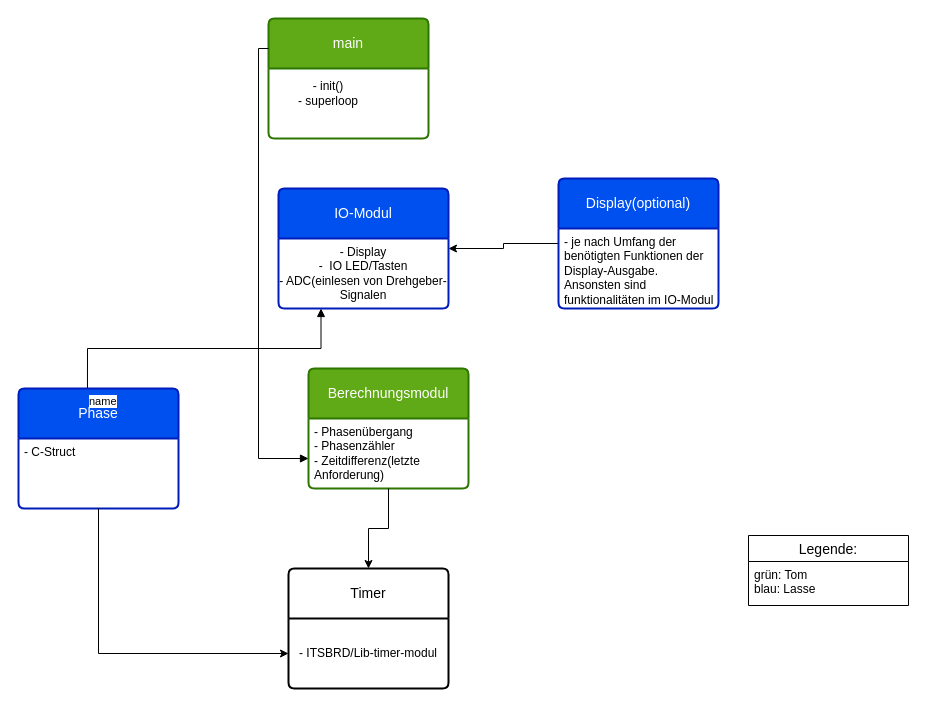
Above: Programs/Drehgeber/Modulkonzept.drawio in eljollo/ITS-BRD-VSC (draw.io), before the change. Source tidied: cells renumbered, new cells numbered last; positions are measured from the earlier drawing's top-left corner, leaving out a move shared by most shapes. Both pictures are drawn from the tidied source at 100%, with x=0, y=0 at pixel (18, 18).
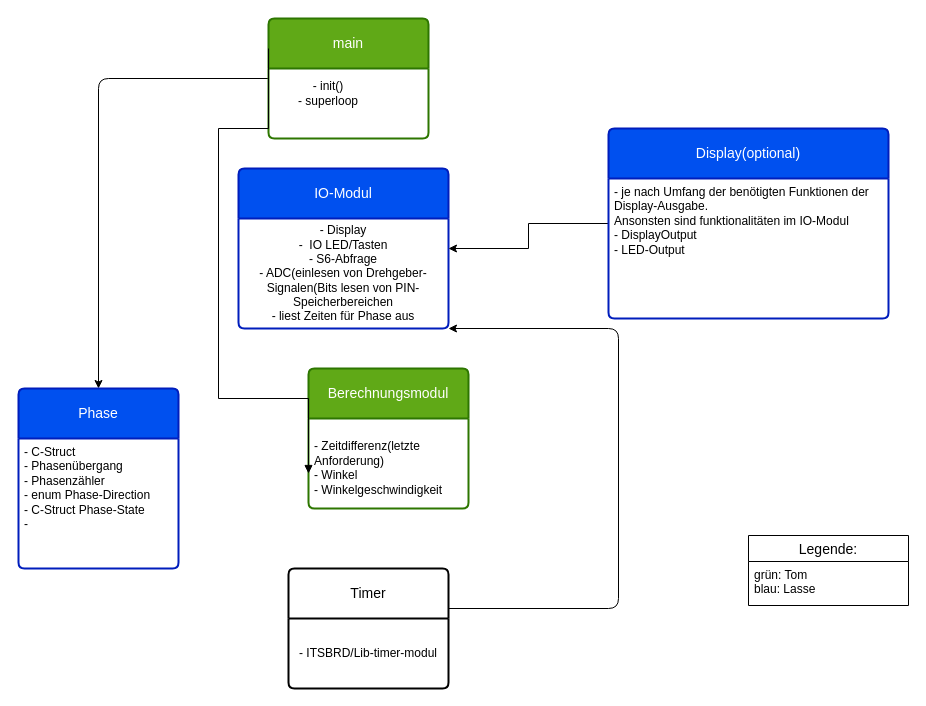
The same page after the edit.

Commit message (it also covers changes not shown here):
searching for error lcd_general.h

Unchanged cells that the change refers to:
```xml
<mxCell id="2" value="main" style="swimlane;horizontal=1;startSize=50;rounded=1;fontSize=14;fontStyle=0;strokeWidth=2;shadow=0;dashed=0;align=center;arcSize=4;whiteSpace=wrap;html=1;fillColor=#60a917;fontColor=#ffffff;strokeColor=#2D7600;" parent="1" vertex="1">
  <mxGeometry x="250" width="160" height="120" as="geometry" />
</mxCell>
<mxCell id="5" value="Timer" style="swimlane;horizontal=1;startSize=50;rounded=1;fontSize=14;fontStyle=0;strokeWidth=2;shadow=0;dashed=0;align=center;arcSize=4;whiteSpace=wrap;html=1;" parent="1" vertex="1">
  <mxGeometry x="270" y="550" width="160" height="120" as="geometry" />
</mxCell>
<mxCell id="6" value="- ITSBRD/Lib-timer-modul" style="text;html=1;whiteSpace=wrap;strokeColor=none;fillColor=none;align=center;verticalAlign=middle;rounded=0;" parent="5" vertex="1">
  <mxGeometry y="50" width="160" height="70" as="geometry" />
</mxCell>
```

Diff of the diagram source:
```diff
@@
+    <mxCell id="21" style="edgeStyle=orthogonalEdgeStyle;html=1;" parent="1" edge="1" source="2" target="3">
+      <mxGeometry relative="1" as="geometry" />
+    </mxCell>
@@
     <mxCell id="3" value="Phase" style="swimlane;horizontal=1;startSize=50;rounded=1;fontSize=14;fontStyle=0;strokeWidth=2;shadow=0;dashed=0;align=center;arcSize=4;whiteSpace=wrap;html=1;fillColor=#0050ef;fontColor=#ffffff;strokeColor=#001DBC;" parent="1" vertex="1">
-      <mxGeometry y="370" width="160" height="120" as="geometry" />
+      <mxGeometry y="370" width="160" height="180" as="geometry" />
     </mxCell>
-    <mxCell id="4" value="- C-Struct" style="align=left;strokeColor=none;fillColor=none;spacingLeft=4;spacingRight=4;fontSize=12;verticalAlign=top;html=1;whiteSpace=wrap;" parent="3" vertex="1">
-      <mxGeometry y="50" width="160" height="70" as="geometry" />
+    <mxCell id="4" value="- C-Struct&lt;div&gt;- Phasenübergang&lt;br&gt;- Phasenzähler&lt;/div&gt;&lt;div&gt;- enum Phase-Direction&lt;br&gt;- C-Struct Phase-State&lt;br&gt;-&amp;nbsp;&lt;/div&gt;" style="align=left;strokeColor=none;fillColor=none;spacingLeft=4;spacingRight=4;fontSize=12;verticalAlign=top;html=1;whiteSpace=wrap;" parent="3" vertex="1">
+      <mxGeometry y="50" width="160" height="130" as="geometry" />
     </mxCell>
+    <mxCell id="22" style="edgeStyle=orthogonalEdgeStyle;html=1;exitX=0.75;exitY=0;exitDx=0;exitDy=0;entryX=1;entryY=1;entryDx=0;entryDy=0;" parent="1" edge="1" source="5" target="9">
+      <mxGeometry x="-0.4" relative="1" as="geometry">
+        <Array as="points">
+          <mxPoint x="390" y="590" />
+          <mxPoint x="600" y="590" />
+          <mxPoint x="600" y="310" />
+        </Array>
+      </mxGeometry>
+    </mxCell>
@@
     <mxCell id="7" value="Berechnungsmodul" style="swimlane;horizontal=1;startSize=50;rounded=1;fontSize=14;fontStyle=0;strokeWidth=2;shadow=0;dashed=0;align=center;arcSize=4;whiteSpace=wrap;html=1;fillColor=#60a917;fontColor=#ffffff;strokeColor=#2D7600;" parent="1" vertex="1">
-      <mxGeometry x="290" y="350" width="160" height="120" as="geometry" />
+      <mxGeometry x="290" y="350" width="160" height="140" as="geometry" />
     </mxCell>
-    <mxCell id="8" value="- Phasenübergang&amp;nbsp;&lt;br&gt;- Phasenzähler&lt;div&gt;- Zeitdifferenz(letzte Anforderung)&lt;/div&gt;" style="align=left;strokeColor=none;fillColor=none;spacingLeft=4;spacingRight=4;fontSize=12;verticalAlign=top;html=1;whiteSpace=wrap;" parent="7" vertex="1">
-      <mxGeometry y="50" width="160" height="70" as="geometry" />
+    <mxCell id="8" value="&lt;br&gt;&lt;div&gt;- Zeitdifferenz(letzte Anforderung)&lt;/div&gt;&lt;div&gt;- Winkel&lt;br&gt;- Winkelgeschwindigkeit&lt;/div&gt;" style="align=left;strokeColor=none;fillColor=none;spacingLeft=4;spacingRight=4;fontSize=12;verticalAlign=top;html=1;whiteSpace=wrap;" parent="7" vertex="1">
+      <mxGeometry y="50" width="160" height="90" as="geometry" />
     </mxCell>
     <mxCell id="9" value="IO-Modul" style="swimlane;horizontal=1;startSize=50;rounded=1;fontSize=14;fontStyle=0;strokeWidth=2;shadow=0;dashed=0;align=center;arcSize=4;whiteSpace=wrap;html=1;fillColor=#0050ef;fontColor=#ffffff;strokeColor=#001DBC;" parent="1" vertex="1">
-      <mxGeometry x="260" y="170" width="170" height="120" as="geometry" />
+      <mxGeometry x="220" y="150" width="210" height="160" as="geometry" />
     </mxCell>
-    <mxCell id="10" value="- Display&lt;div&gt;-&amp;nbsp; IO LED/Tasten&lt;br&gt;- ADC(einlesen von Drehgeber-Signalen&lt;/div&gt;" style="text;html=1;whiteSpace=wrap;strokeColor=none;fillColor=none;align=center;verticalAlign=middle;rounded=0;" parent="9" vertex="1">
-      <mxGeometry y="50" width="170" height="70" as="geometry" />
+    <mxCell id="10" value="- Display&lt;div&gt;-&amp;nbsp; IO LED/Tasten&lt;/div&gt;&lt;div&gt;- S6-Abfrage&lt;br&gt;- ADC(einlesen von Drehgeber-Signalen(Bits lesen von PIN-Speicherbereichen&lt;/div&gt;&lt;div&gt;- liest Zeiten für Phase aus&lt;/div&gt;" style="text;html=1;whiteSpace=wrap;strokeColor=none;fillColor=none;align=center;verticalAlign=middle;rounded=0;" parent="9" vertex="1">
+      <mxGeometry y="50" width="210" height="110" as="geometry" />
     </mxCell>
@@
-    <mxCell id="12" value="name" style="endArrow=block;endFill=1;html=1;edgeStyle=orthogonalEdgeStyle;align=left;verticalAlign=top;rounded=0;defaultLabelBackgroundColor=page;exitX=0.431;exitY=-0.004;exitDx=0;exitDy=0;exitPerimeter=0;entryX=0.25;entryY=1;entryDx=0;entryDy=0;" parent="1" edge="1" source="3" target="9">
-      <mxGeometry x="-1" relative="1" as="geometry" />
-    </mxCell>
     <mxCell id="13" style="endArrow=block;endFill=1;html=1;edgeStyle=orthogonalEdgeStyle;align=left;verticalAlign=top;rounded=0;defaultLabelBackgroundColor=page;exitX=0;exitY=0.25;exitDx=0;exitDy=0;entryX=0;entryY=0.75;entryDx=0;entryDy=0;" parent="1" edge="1" source="2" target="7">
-      <mxGeometry x="-1" relative="1" as="geometry" />
+      <mxGeometry x="-1" relative="1" as="geometry">
+        <Array as="points">
+          <mxPoint x="250" y="110" />
+          <mxPoint x="200" y="110" />
+          <mxPoint x="200" y="380" />
+          <mxPoint x="290" y="380" />
+        </Array>
+      </mxGeometry>
     </mxCell>
@@
     <mxCell id="15" value="Display(optional)" style="swimlane;horizontal=1;startSize=50;rounded=1;fontSize=14;fontStyle=0;strokeWidth=2;shadow=0;dashed=0;align=center;arcSize=4;whiteSpace=wrap;html=1;fillColor=#0050ef;fontColor=#ffffff;strokeColor=#001DBC;" parent="1" vertex="1">
-      <mxGeometry x="540" y="160" width="160" height="130" as="geometry" />
+      <mxGeometry x="590" y="110" width="280" height="190" as="geometry" />
     </mxCell>
-    <mxCell id="16" value="- je nach Umfang der benötigten Funktionen der Display-Ausgabe.&lt;br&gt;Ansonsten sind funktionalitäten im IO-Modul" style="align=left;strokeColor=none;fillColor=none;spacingLeft=4;spacingRight=4;fontSize=12;verticalAlign=top;html=1;whiteSpace=wrap;" parent="15" vertex="1">
-      <mxGeometry y="50" width="160" height="80" as="geometry" />
+    <mxCell id="16" value="- je nach Umfang der benötigten Funktionen der Display-Ausgabe.&lt;br&gt;Ansonsten sind funktionalitäten im IO-Modul&lt;div&gt;- DisplayOutput&lt;br&gt;- LED-Output&lt;/div&gt;" style="align=left;strokeColor=none;fillColor=none;spacingLeft=4;spacingRight=4;fontSize=12;verticalAlign=top;html=1;whiteSpace=wrap;" parent="15" vertex="1">
+      <mxGeometry y="50" width="280" height="140" as="geometry" />
     </mxCell>
-    <mxCell id="17" style="edgeStyle=orthogonalEdgeStyle;rounded=0;jettySize=auto;html=1;defaultLabelBackgroundColor=page;" parent="1" edge="1" source="8" target="5">
-      <mxGeometry relative="1" as="geometry" />
-    </mxCell>
-    <mxCell id="18" style="edgeStyle=orthogonalEdgeStyle;rounded=0;jettySize=auto;html=1;entryX=0;entryY=0.5;entryDx=0;entryDy=0;defaultLabelBackgroundColor=page;" parent="1" edge="1" source="4" target="6">
-      <mxGeometry relative="1" as="geometry">
-        <Array as="points">
-          <mxPoint x="80" y="635" />
-        </Array>
-      </mxGeometry>
-    </mxCell>
```
